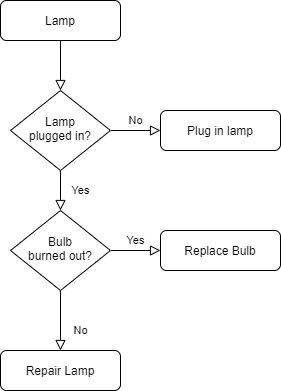
Before: Flocahr1.png, a diagram exported from draw.io (DowellLivingLab/101.Al.Dowell). Source tidied: cells renumbered, new cells last; positions are measured from the earlier drawing's top-left corner, leaving out a move shared by most shapes.
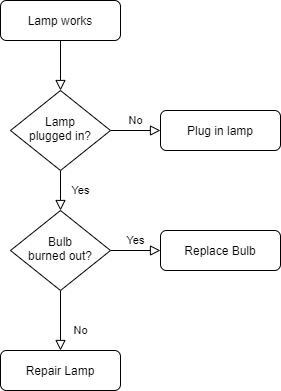
The same file after the commit.

Commit message:
added lamp works

Change to the diagram source:
```diff
@@ -5,7 +5,7 @@
     <mxCell id="2" style="rounded=0;html=1;jettySize=auto;fontSize=11;endArrow=block;endFill=0;endSize=8;strokeWidth=1;shadow=0;labelBackgroundColor=none;edgeStyle=orthogonalEdgeStyle;" parent="1" edge="1" source="3" target="6">
       <mxGeometry relative="1" as="geometry" />
     </mxCell>
-    <mxCell id="3" value="Lamp&lt;br&gt;" style="rounded=1;whiteSpace=wrap;html=1;fontSize=12;glass=0;strokeWidth=1;shadow=0;" parent="1" vertex="1">
+    <mxCell id="3" value="Lamp works" style="rounded=1;whiteSpace=wrap;html=1;fontSize=12;glass=0;strokeWidth=1;shadow=0;" parent="1" vertex="1">
       <mxGeometry width="120" height="40" as="geometry" />
     </mxCell>
     <mxCell id="4" value="Yes" style="rounded=0;html=1;jettySize=auto;fontSize=11;endArrow=block;endFill=0;endSize=8;strokeWidth=1;shadow=0;labelBackgroundColor=none;edgeStyle=orthogonalEdgeStyle;" parent="1" edge="1" source="6" target="10">
```
